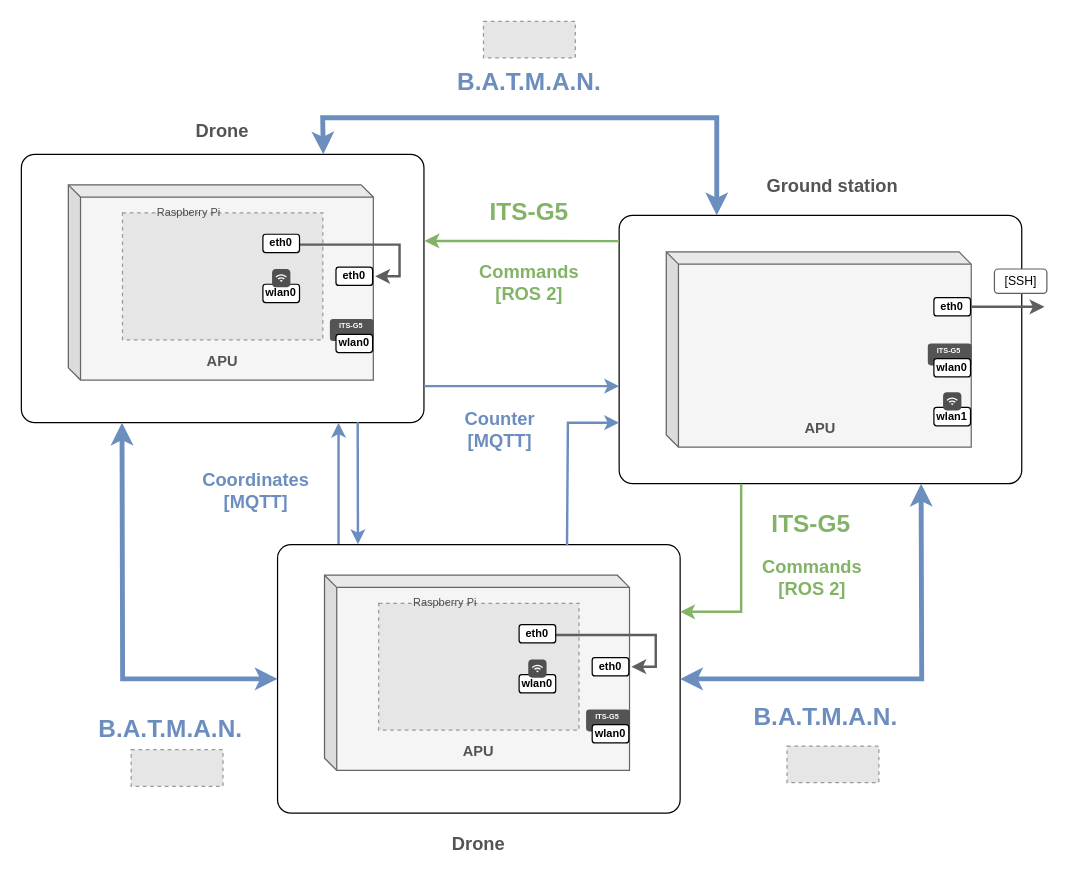
Earlier version of the draw.io diagram diagram/rsa-network.drawio (digas99/rsa-project). Source tidied: cells renumbered, new cells numbered last; positions are measured from the earlier drawing's top-left corner, leaving out a move shared by most shapes. Both pictures are drawn from the tidied source at 122%, with x=0, y=0 at pixel (21, 21). Pictures stored in the file or linked from it are replaced by grey dashed boxes.
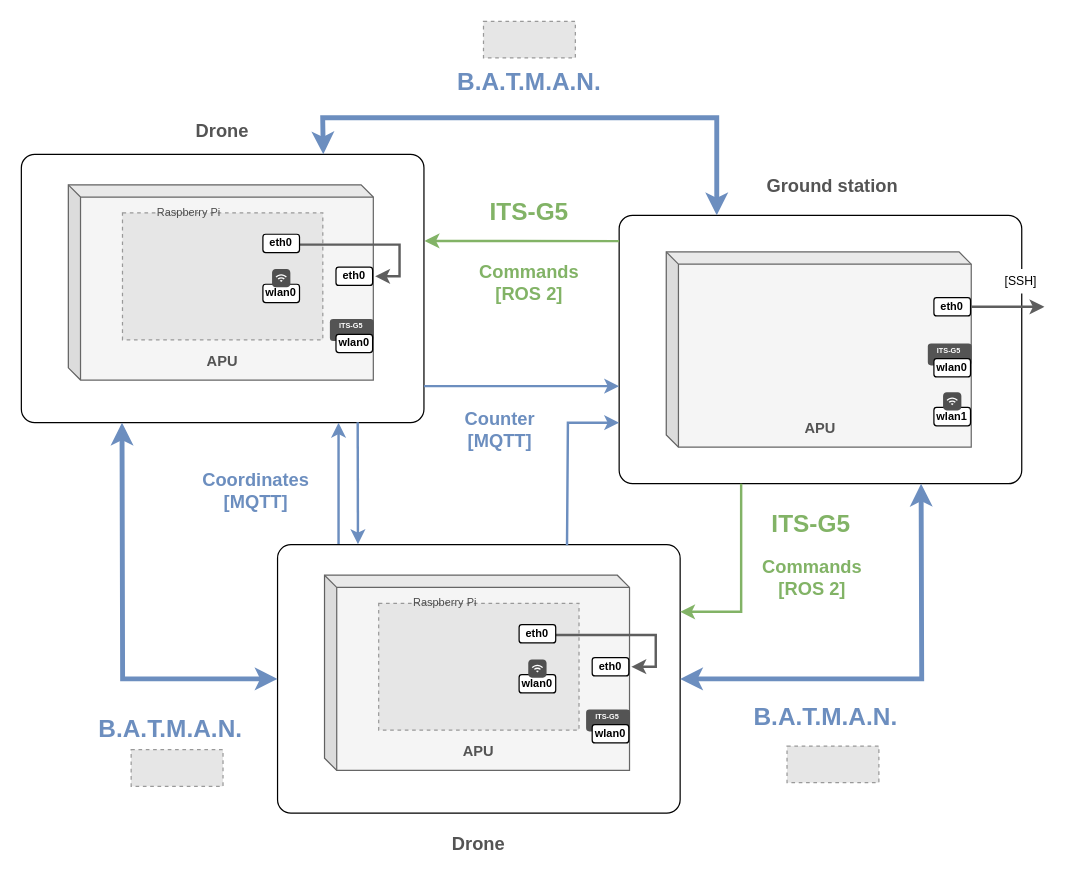
After the change.

Unchanged cells that the change refers to:
```xml
<mxCell id="26" style="group;" parent="1" vertex="1">
  <mxGeometry x="490" y="159" width="350.6" height="260" as="geometry" />
</mxCell>
```

The edit, as a diff of the source:
```diff
@@
-    <mxCell id="42" value="[SSH]" style="text;html=1;align=center;verticalAlign=middle;whiteSpace=wrap;rounded=1;fillColor=default;strokeColor=#5E5E5E;fontSize=10;" parent="26" vertex="1">
+    <mxCell id="42" value="[SSH]" style="text;html=1;align=center;verticalAlign=middle;whiteSpace=wrap;rounded=1;fillColor=default;strokeColor=none;fontSize=10;" parent="26" vertex="1">
       <mxGeometry x="307.6" y="44" width="43" height="20" as="geometry" />
     </mxCell>
```
